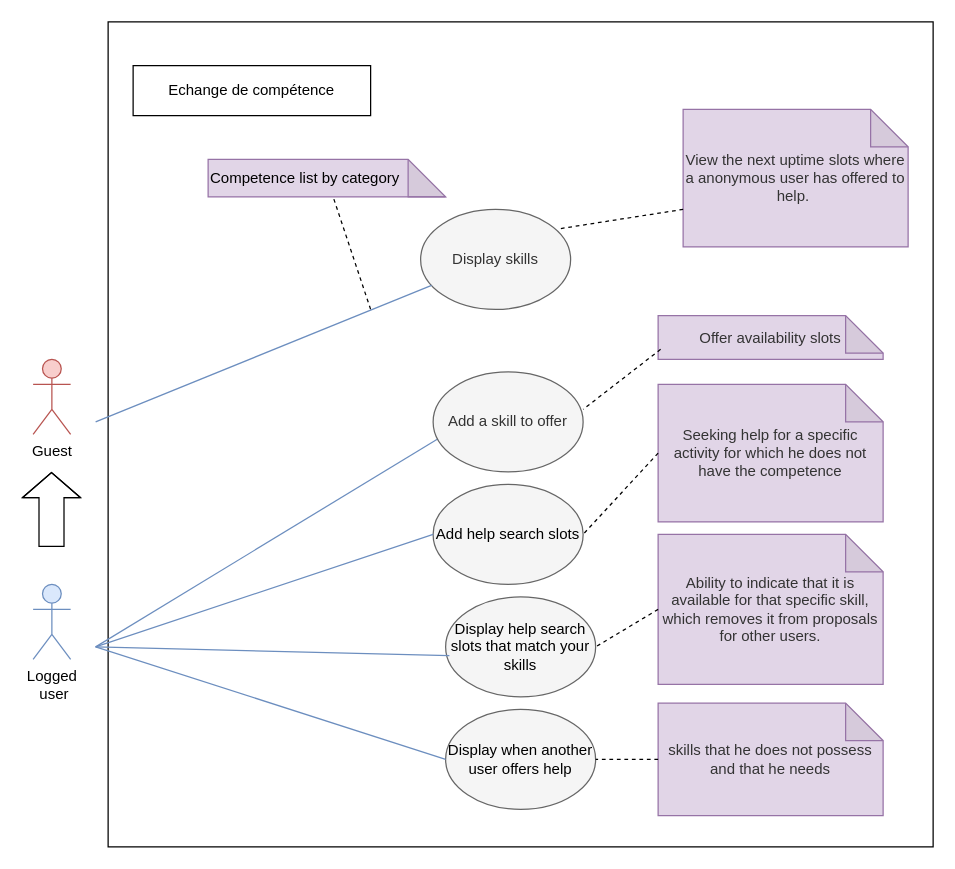
The draw.io diagram docs/diagramme cas d'utilisation.drawio in johandeschamps/gestion_ecole, before the edit. Source tidied: cells renumbered, new cells numbered last; positions are measured from the earlier drawing's top-left corner, leaving out a move shared by most shapes. Both pictures are drawn from the tidied source at 125%, with x=0, y=0 at pixel (32, 21).
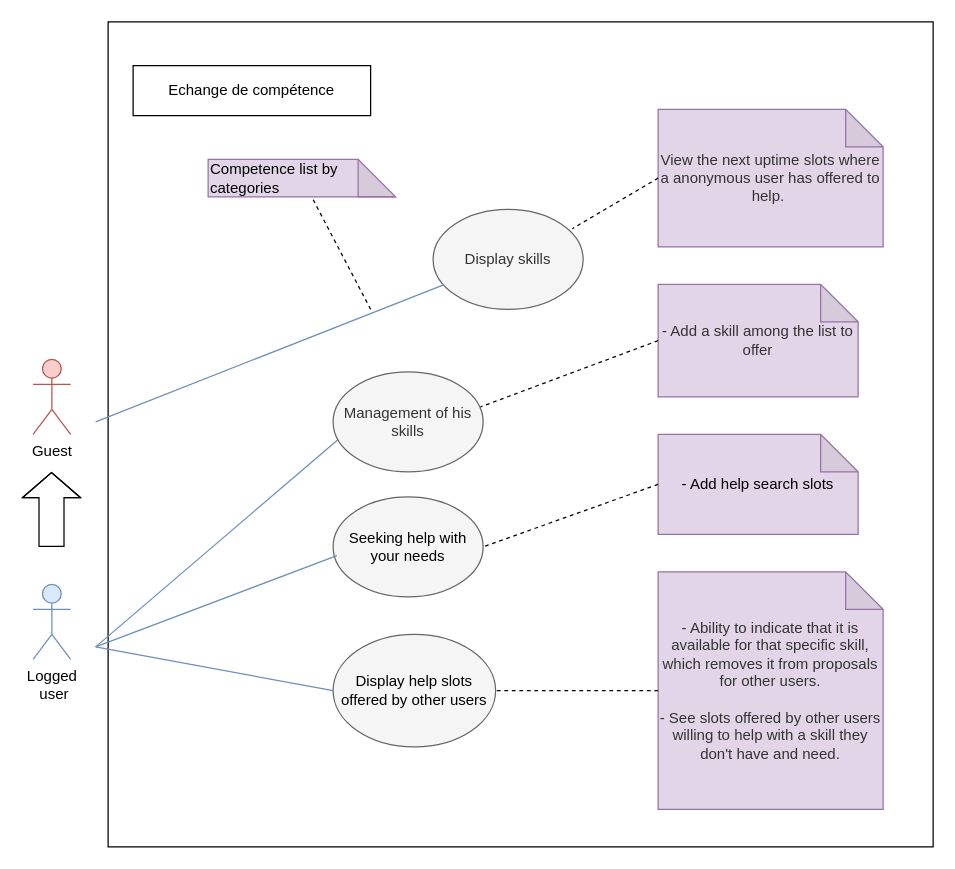
The same diagram, later.

Commit message:
Mettre à jour diagramme cas d'utilisation.drawio

The edit, as a diff of the source:
```diff
@@
     <mxCell id="6" value="Display skills" style="ellipse;whiteSpace=wrap;html=1;fillColor=#f5f5f5;strokeColor=#666666;fontColor=#333333;" parent="1" vertex="1">
-      <mxGeometry x="310" y="150" width="120" height="80" as="geometry" />
+      <mxGeometry x="320" y="150" width="120" height="80" as="geometry" />
     </mxCell>
-    <mxCell id="7" value="Competence list by category" style="shape=note;whiteSpace=wrap;html=1;backgroundOutline=1;darkOpacity=0.05;fillColor=#e1d5e7;strokeColor=#9673a6;align=left;" parent="1" vertex="1">
-      <mxGeometry x="140" y="110" width="190" height="30" as="geometry" />
+    <mxCell id="7" value="Competence list by categories" style="shape=note;whiteSpace=wrap;html=1;backgroundOutline=1;darkOpacity=0.05;fillColor=#e1d5e7;strokeColor=#9673a6;align=left;" parent="1" vertex="1">
+      <mxGeometry x="140" y="110" width="150" height="30" as="geometry" />
     </mxCell>
@@
     <mxCell id="10" value="&lt;font color=&quot;#333333&quot;&gt;View the next uptime slots where a anonymous user has offered to help.&amp;nbsp;&lt;/font&gt;" style="shape=note;whiteSpace=wrap;html=1;backgroundOutline=1;darkOpacity=0.05;fillColor=#e1d5e7;strokeColor=#9673a6;" parent="1" vertex="1">
-      <mxGeometry x="520" y="70" width="180" height="110" as="geometry" />
+      <mxGeometry x="500" y="70" width="180" height="110" as="geometry" />
     </mxCell>
-    <mxCell id="11" style="endArrow=none;dashed=1;html=1;rounded=0;entryX=0.928;entryY=0.193;entryDx=0;entryDy=0;entryPerimeter=0;" parent="1" edge="1" target="6">
-      <mxGeometry relative="1" as="geometry">
-        <mxPoint x="520" y="150" as="sourcePoint" />
-      </mxGeometry>
+    <mxCell id="11" style="endArrow=none;dashed=1;html=1;rounded=0;entryX=0.928;entryY=0.193;entryDx=0;entryDy=0;entryPerimeter=0;exitX=0;exitY=0.5;exitDx=0;exitDy=0;exitPerimeter=0;" parent="1" edge="1" source="10" target="6">
+      <mxGeometry relative="1" as="geometry" />
     </mxCell>
@@
-    <mxCell id="14" value="Add a skill to offer" style="ellipse;whiteSpace=wrap;html=1;fillColor=#f5f5f5;strokeColor=#666666;fontColor=#333333;" parent="1" vertex="1">
-      <mxGeometry x="320" y="280" width="120" height="80" as="geometry" />
+    <mxCell id="14" value="Management of his skills" style="ellipse;whiteSpace=wrap;html=1;fillColor=#f5f5f5;strokeColor=#666666;fontColor=#333333;" parent="1" vertex="1">
+      <mxGeometry x="240" y="280" width="120" height="80" as="geometry" />
     </mxCell>
-    <mxCell id="15" value="&lt;font color=&quot;#333333&quot;&gt;Offer availability slots&lt;/font&gt;" style="shape=note;whiteSpace=wrap;html=1;backgroundOutline=1;darkOpacity=0.05;fillColor=#e1d5e7;strokeColor=#9673a6;" parent="1" vertex="1">
-      <mxGeometry x="500" y="235" width="180" height="35" as="geometry" />
-    </mxCell>
-    <mxCell id="16" style="endArrow=none;dashed=1;html=1;rounded=0;entryX=0.928;entryY=0.193;entryDx=0;entryDy=0;entryPerimeter=0;exitX=0.011;exitY=0.771;exitDx=0;exitDy=0;exitPerimeter=0;" parent="1" edge="1" source="15">
-      <mxGeometry relative="1" as="geometry">
-        <mxPoint x="440" y="310" as="targetPoint" />
-      </mxGeometry>
-    </mxCell>
-    <mxCell id="17" value="&lt;span style=&quot;color: rgb(0, 0, 0);&quot;&gt;Add help search slots&lt;/span&gt;" style="ellipse;whiteSpace=wrap;html=1;fillColor=#f5f5f5;strokeColor=#666666;fontColor=#333333;" parent="1" vertex="1">
-      <mxGeometry x="320" y="370" width="120" height="80" as="geometry" />
-    </mxCell>
-    <mxCell id="18" style="endArrow=none;html=1;rounded=0;fillColor=#dae8fc;strokeColor=#6c8ebf;entryX=0;entryY=0.5;entryDx=0;entryDy=0;" parent="1" edge="1" target="17">
-      <mxGeometry relative="1" as="geometry">
-        <mxPoint x="50" y="500" as="sourcePoint" />
-      </mxGeometry>
-    </mxCell>
-    <mxCell id="19" value="&lt;font color=&quot;#000000&quot;&gt;Display help search slots that match your skills&lt;/font&gt;" style="ellipse;whiteSpace=wrap;html=1;fillColor=#f5f5f5;strokeColor=#666666;fontColor=#333333;" parent="1" vertex="1">
-      <mxGeometry x="330" y="460" width="120" height="80" as="geometry" />
+    <mxCell id="19" value="&lt;font color=&quot;#000000&quot;&gt;Seeking help with your needs&lt;/font&gt;" style="ellipse;whiteSpace=wrap;html=1;fillColor=#f5f5f5;strokeColor=#666666;fontColor=#333333;" parent="1" vertex="1">
+      <mxGeometry x="240" y="380" width="120" height="80" as="geometry" />
     </mxCell>
@@
-    <mxCell id="21" value="&lt;font color=&quot;#000000&quot;&gt;Display when another user offers help&lt;/font&gt;" style="ellipse;whiteSpace=wrap;html=1;fillColor=#f5f5f5;strokeColor=#666666;fontColor=#333333;" parent="1" vertex="1">
-      <mxGeometry x="330" y="550" width="120" height="80" as="geometry" />
+    <mxCell id="21" value="&lt;font color=&quot;#000000&quot;&gt;Display help slots offered by other users&lt;/font&gt;" style="ellipse;whiteSpace=wrap;html=1;fillColor=#f5f5f5;strokeColor=#666666;fontColor=#333333;" parent="1" vertex="1">
+      <mxGeometry x="240" y="490" width="130" height="90" as="geometry" />
     </mxCell>
@@
-    <mxCell id="23" value="&lt;font color=&quot;#333333&quot;&gt;Seeking help for a specific activity for which he does not have the competence&lt;/font&gt;" style="shape=note;whiteSpace=wrap;html=1;backgroundOutline=1;darkOpacity=0.05;fillColor=#e1d5e7;strokeColor=#9673a6;" parent="1" vertex="1">
-      <mxGeometry x="500" y="290" width="180" height="110" as="geometry" />
+    <mxCell id="23" value="&lt;span style=&quot;color: rgb(51, 51, 51);&quot;&gt;- Add a skill among the list&amp;nbsp;to offer&lt;/span&gt;" style="shape=note;whiteSpace=wrap;html=1;backgroundOutline=1;darkOpacity=0.05;fillColor=#e1d5e7;strokeColor=#9673a6;" parent="1" vertex="1">
+      <mxGeometry x="500" y="210" width="160" height="90" as="geometry" />
     </mxCell>
-    <mxCell id="24" style="endArrow=none;dashed=1;html=1;rounded=0;entryX=1;entryY=0.5;entryDx=0;entryDy=0;exitX=0;exitY=0.5;exitDx=0;exitDy=0;exitPerimeter=0;" parent="1" edge="1" source="23" target="17">
+    <mxCell id="24" style="endArrow=none;dashed=1;html=1;rounded=0;exitX=0;exitY=0.5;exitDx=0;exitDy=0;exitPerimeter=0;entryX=0.983;entryY=0.35;entryDx=0;entryDy=0;entryPerimeter=0;" parent="1" edge="1" source="23" target="14">
       <mxGeometry relative="1" as="geometry" />
     </mxCell>
-    <mxCell id="25" value="&lt;font color=&quot;#333333&quot;&gt;skills that he does not possess and that he needs&lt;/font&gt;" style="shape=note;whiteSpace=wrap;html=1;backgroundOutline=1;darkOpacity=0.05;fillColor=#e1d5e7;strokeColor=#9673a6;" parent="1" vertex="1">
-      <mxGeometry x="500" y="545" width="180" height="90" as="geometry" />
-    </mxCell>
-    <mxCell id="26" style="endArrow=none;dashed=1;html=1;rounded=0;entryX=1;entryY=0.5;entryDx=0;entryDy=0;exitX=0;exitY=0.5;exitDx=0;exitDy=0;exitPerimeter=0;" parent="1" edge="1" source="25" target="21">
-      <mxGeometry relative="1" as="geometry" />
-    </mxCell>
-    <mxCell id="27" value="&lt;font color=&quot;#333333&quot;&gt;Ability to indicate that it is available for that specific skill, which removes it from proposals for other users.&lt;/font&gt;" style="shape=note;whiteSpace=wrap;html=1;backgroundOutline=1;darkOpacity=0.05;fillColor=#e1d5e7;strokeColor=#9673a6;" parent="1" vertex="1">
-      <mxGeometry x="500" y="410" width="180" height="120" as="geometry" />
+    <mxCell id="27" value="&lt;font color=&quot;#333333&quot;&gt;- Ability to indicate that it is available for that specific skill, which removes it from proposals for other users.&lt;/font&gt;&lt;div&gt;&lt;font color=&quot;#333333&quot;&gt;&lt;br&gt;&lt;/font&gt;&lt;/div&gt;&lt;div&gt;&lt;font color=&quot;#333333&quot;&gt;-&amp;nbsp;&lt;/font&gt;&lt;span style=&quot;background-color: initial;&quot;&gt;&lt;font color=&quot;#333333&quot;&gt;See slots offered by other users willing to help with a skill they don't have and need.&lt;/font&gt;&lt;/span&gt;&lt;/div&gt;" style="shape=note;whiteSpace=wrap;html=1;backgroundOutline=1;darkOpacity=0.05;fillColor=#e1d5e7;strokeColor=#9673a6;" parent="1" vertex="1">
+      <mxGeometry x="500" y="440" width="180" height="190" as="geometry" />
     </mxCell>
-    <mxCell id="28" style="endArrow=none;dashed=1;html=1;rounded=0;entryX=1;entryY=0.5;entryDx=0;entryDy=0;exitX=0;exitY=0.5;exitDx=0;exitDy=0;exitPerimeter=0;" parent="1" edge="1" source="27" target="19">
+    <mxCell id="28" style="endArrow=none;dashed=1;html=1;rounded=0;entryX=1;entryY=0.5;entryDx=0;entryDy=0;exitX=0;exitY=0.5;exitDx=0;exitDy=0;exitPerimeter=0;" parent="1" edge="1" source="27" target="21">
       <mxGeometry relative="1" as="geometry" />
     </mxCell>
+    <mxCell id="29" value="- Add help search slots&lt;span style=&quot;color: rgb(51, 51, 51);&quot;&gt;&lt;/span&gt;" style="shape=note;whiteSpace=wrap;html=1;backgroundOutline=1;darkOpacity=0.05;fillColor=#e1d5e7;strokeColor=#9673a6;" parent="1" vertex="1">
+      <mxGeometry x="500" y="330" width="160" height="80" as="geometry" />
+    </mxCell>
+    <mxCell id="30" style="endArrow=none;dashed=1;html=1;rounded=0;entryX=1;entryY=0.5;entryDx=0;entryDy=0;exitX=0;exitY=0.5;exitDx=0;exitDy=0;exitPerimeter=0;" parent="1" edge="1" source="29" target="19">
+      <mxGeometry relative="1" as="geometry" />
+    </mxCell>
```
